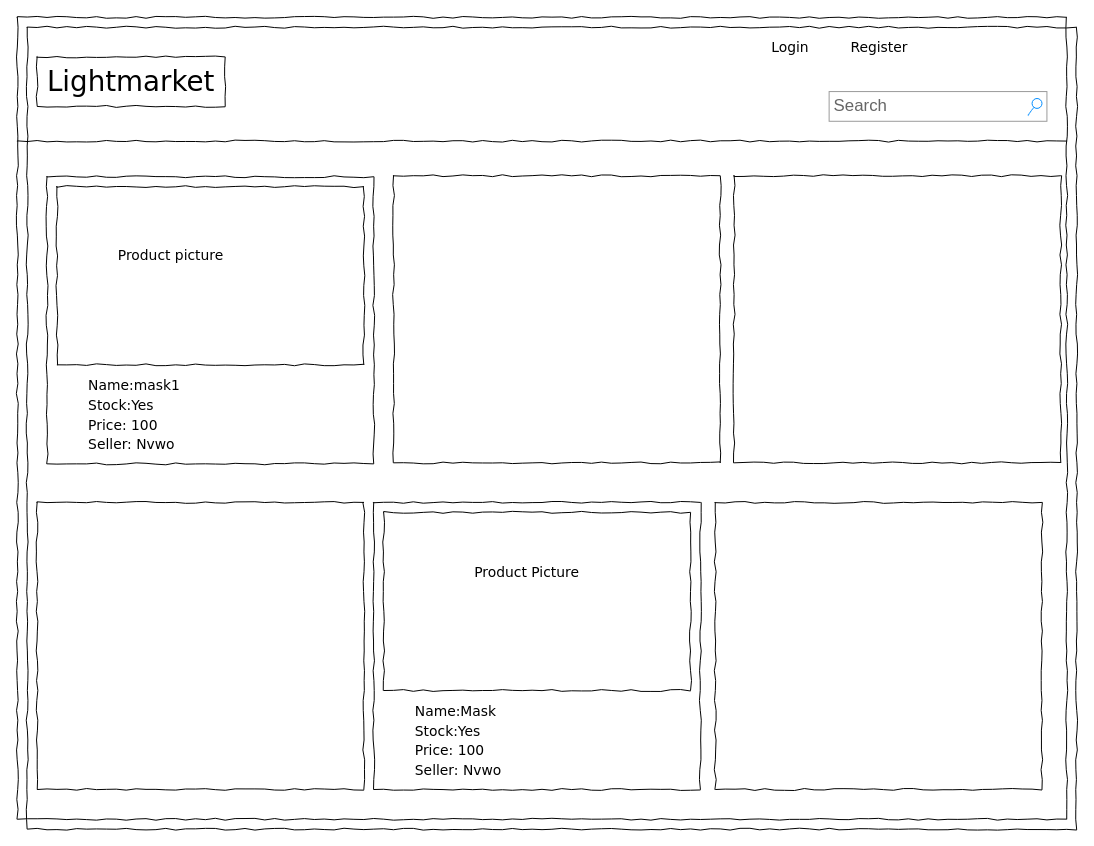
This is day31-33(seller)/Untitled Diagram.drawio from hlwa/baidu-ife, a draw.io file, before an edit. Source tidied: cells renumbered, new cells numbered last; positions are measured from the earlier drawing's top-left corner, leaving out a move shared by most shapes. Both pictures are drawn from the tidied source at 99%, with x=0, y=0 at pixel (17, 17).
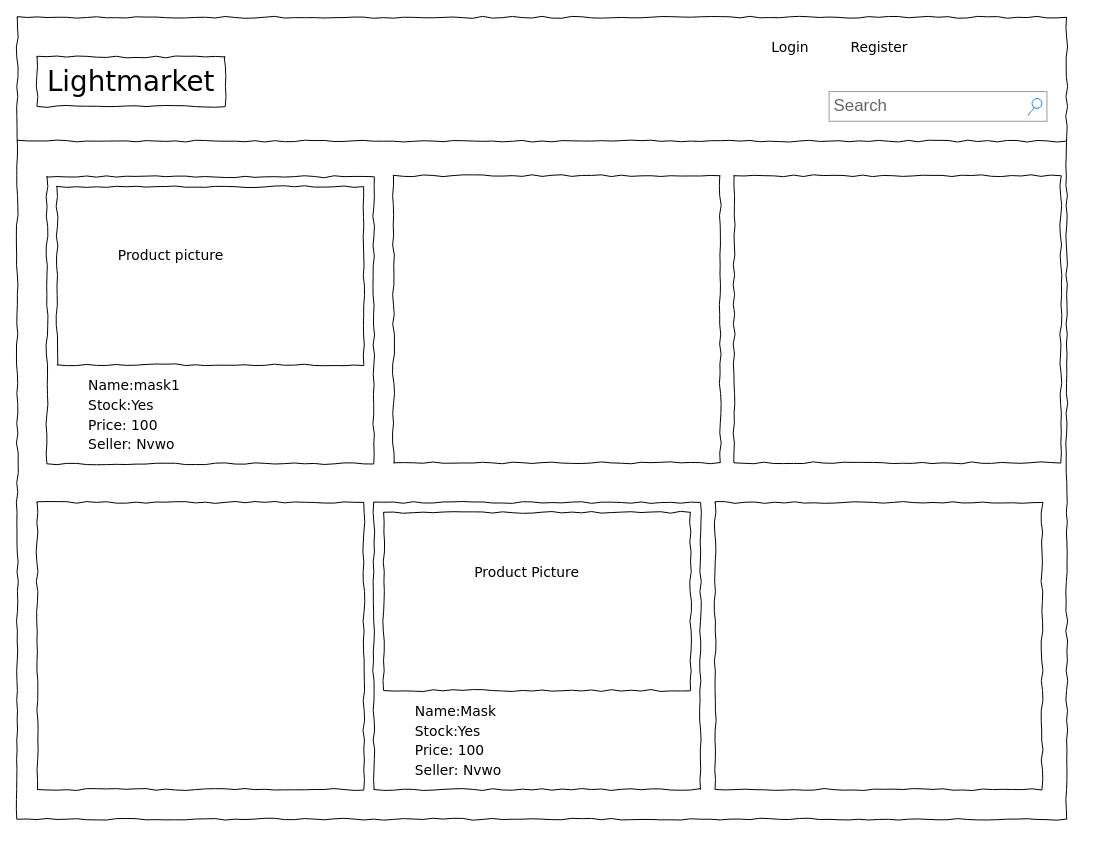
The same page after the edit.

The edit, as a diff of the source:
```diff
@@
-    <mxCell id="15" style="whiteSpace=wrap;html=1;rounded=0;shadow=0;labelBackgroundColor=none;strokeColor=#000000;strokeWidth=1;fillColor=none;fontFamily=Verdana;fontSize=12;fontColor=#000000;align=center;comic=1;" parent="1" vertex="1">
-      <mxGeometry x="10" y="10" width="1060" height="810" as="geometry" />
-    </mxCell>
```
